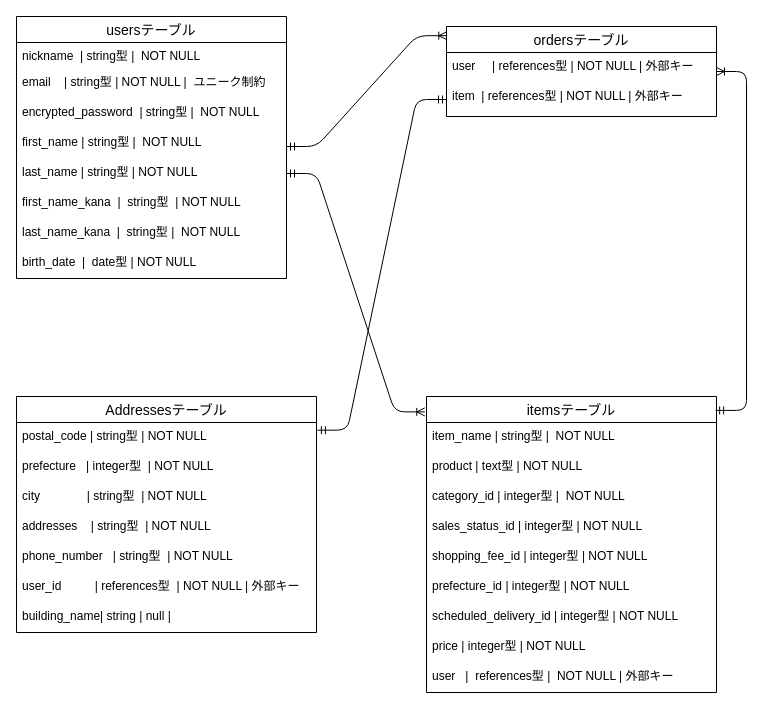
Earlier version of the draw.io diagram test.dio (Ayakacoco/furima-39573). Source tidied: cells renumbered, new cells numbered last; positions are measured from the earlier drawing's top-left corner, leaving out a move shared by most shapes. Both pictures are drawn from the tidied source at 100%, with x=0, y=0 at pixel (16, 16).
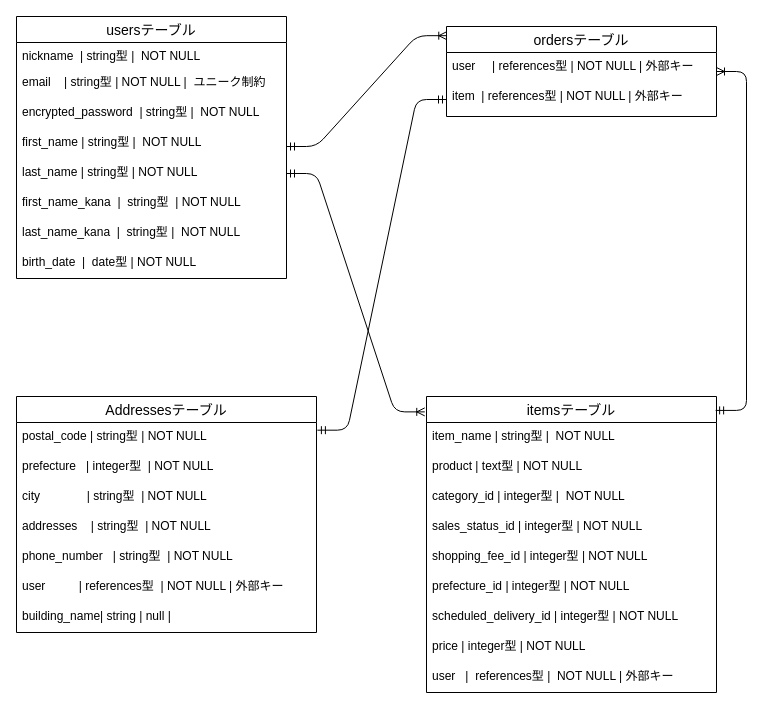
After the change.

Commit message:
データベース設計修正４

The change refers to these unchanged cells:
```xml
<mxCell id="25" value="Addressesテーブル" style="swimlane;fontStyle=0;horizontal=1;startSize=26;align=center;fontSize=14;" parent="1" vertex="1">
  <mxGeometry y="380" width="300" height="236" as="geometry" />
</mxCell>
```

Change to the diagram source:
```diff
@@
-    <mxCell id="31" value="user_id          | references型  | NOT NULL | 外部キー" style="text;strokeColor=none;fillColor=none;spacingLeft=4;spacingRight=4;overflow=hidden;fontSize=12;" parent="25" vertex="1">
+    <mxCell id="31" value="user          | references型  | NOT NULL | 外部キー" style="text;strokeColor=none;fillColor=none;spacingLeft=4;spacingRight=4;overflow=hidden;fontSize=12;" parent="25" vertex="1">
       <mxGeometry y="176" width="300" height="30" as="geometry" />
     </mxCell>
```
